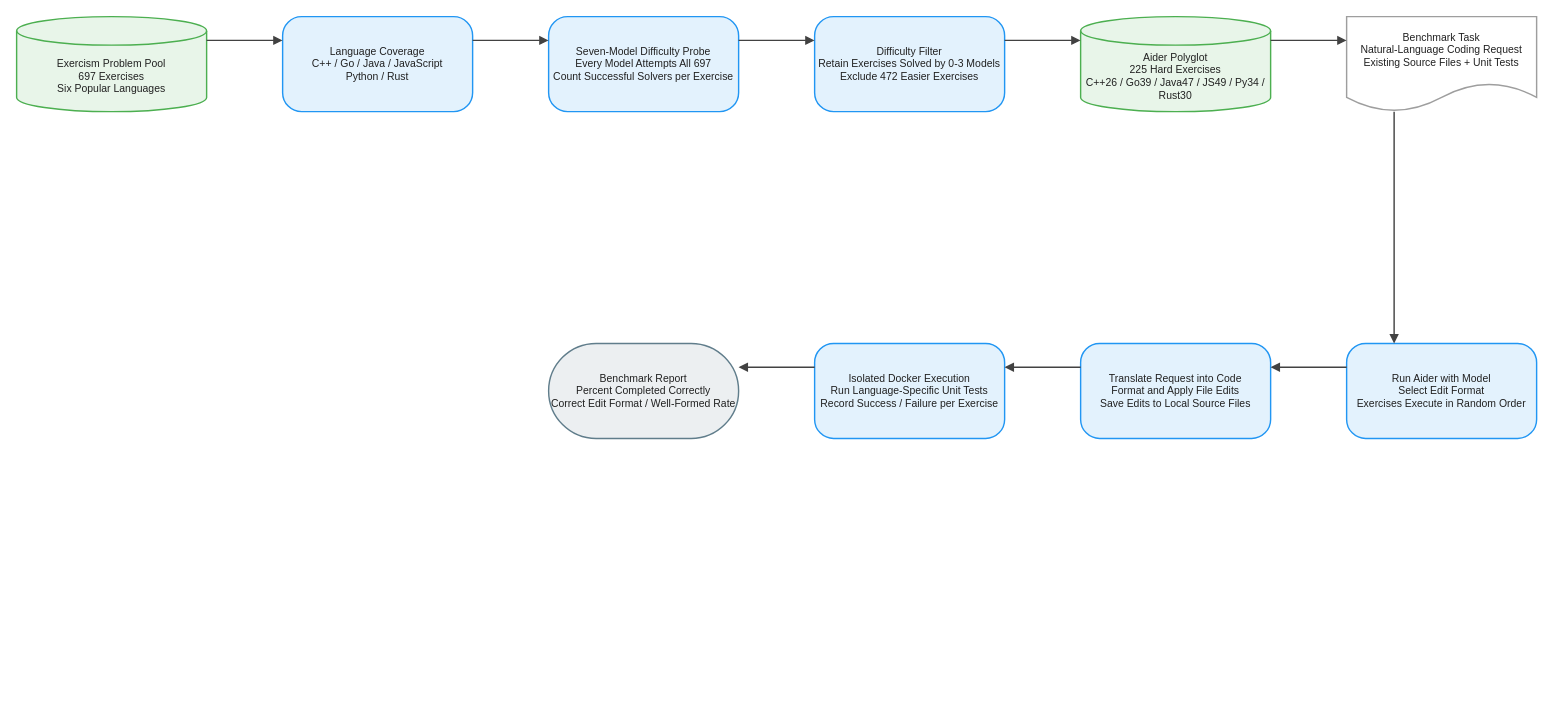
Before: client/public/drawio/Aider_Polyglot/Aider_Polyglot.en.drawio in joe1chief/benchmark-hub, a draw.io diagram. Source tidied: cells renumbered, new cells numbered last; positions are measured from the earlier drawing's top-left corner, leaving out a move shared by most shapes. Both pictures are drawn from the tidied source at 95%, with x=0, y=0 at pixel (16, 16).
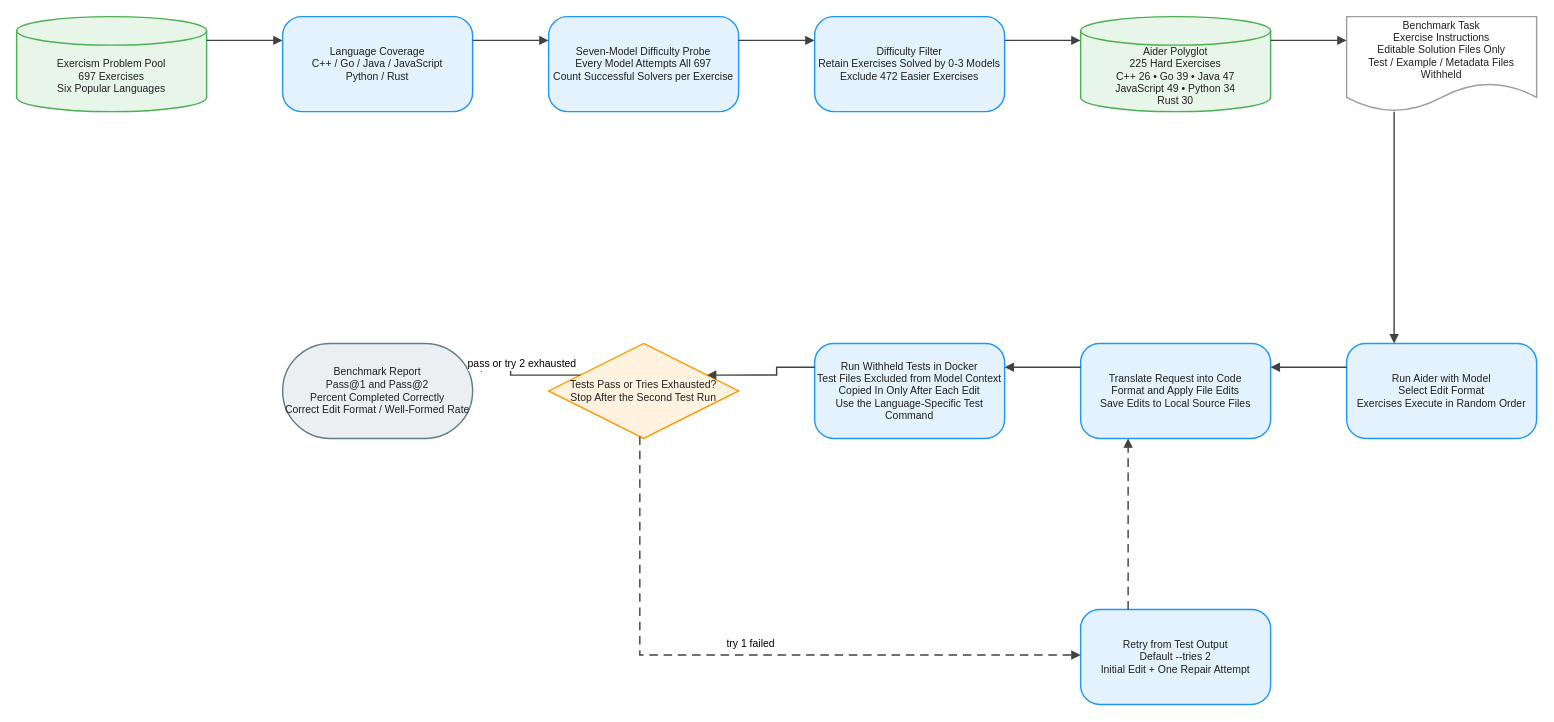
After the change.

Unchanged cells that the change refers to:
```xml
<mxCell id="2" value="Exercism Problem Pool&#10;697 Exercises&#10;Six Popular Languages" style="shape=cylinder3;boundedLbl=1;backgroundOutline=1;size=15;html=0;convertToSvg=1;whiteSpace=wrap;fillColor=#E8F5E9;strokeColor=#4CAF50;strokeWidth=1.5;fontColor=#212121;fontSize=11;fontFamily=Arial, Helvetica, sans-serif;verticalAlign=middle;align=center;" parent="1" vertex="1">
  <mxGeometry width="200" height="100" as="geometry" />
</mxCell>
<mxCell id="3" value="Language Coverage&#10;C++ / Go / Java / JavaScript&#10;Python / Rust" style="rounded=1;arcSize=20;html=0;convertToSvg=1;whiteSpace=wrap;fillColor=#E3F2FD;strokeColor=#2196F3;strokeWidth=1.5;fontColor=#212121;fontSize=11;fontFamily=Arial, Helvetica, sans-serif;verticalAlign=middle;align=center;" parent="1" vertex="1">
  <mxGeometry x="280" width="200" height="100" as="geometry" />
</mxCell>
<mxCell id="4" value="Seven-Model Difficulty Probe&#10;Every Model Attempts All 697&#10;Count Successful Solvers per Exercise" style="rounded=1;arcSize=20;html=0;convertToSvg=1;whiteSpace=wrap;fillColor=#E3F2FD;strokeColor=#2196F3;strokeWidth=1.5;fontColor=#212121;fontSize=11;fontFamily=Arial, Helvetica, sans-serif;verticalAlign=middle;align=center;" parent="1" vertex="1">
  <mxGeometry x="560" width="200" height="100" as="geometry" />
</mxCell>
<mxCell id="5" value="Difficulty Filter&#10;Retain Exercises Solved by 0-3 Models&#10;Exclude 472 Easier Exercises" style="rounded=1;arcSize=20;html=0;convertToSvg=1;whiteSpace=wrap;fillColor=#E3F2FD;strokeColor=#2196F3;strokeWidth=1.5;fontColor=#212121;fontSize=11;fontFamily=Arial, Helvetica, sans-serif;verticalAlign=middle;align=center;" parent="1" vertex="1">
  <mxGeometry x="840" width="200" height="100" as="geometry" />
</mxCell>
<mxCell id="8" value="Run Aider with Model&#10;Select Edit Format&#10;Exercises Execute in Random Order" style="rounded=1;arcSize=20;html=0;convertToSvg=1;whiteSpace=wrap;fillColor=#E3F2FD;strokeColor=#2196F3;strokeWidth=1.5;fontColor=#212121;fontSize=11;fontFamily=Arial, Helvetica, sans-serif;verticalAlign=middle;align=center;" parent="1" vertex="1">
  <mxGeometry x="1400" y="344" width="200" height="100" as="geometry" />
</mxCell>
<mxCell id="9" value="Translate Request into Code&#10;Format and Apply File Edits&#10;Save Edits to Local Source Files" style="rounded=1;arcSize=20;html=0;convertToSvg=1;whiteSpace=wrap;fillColor=#E3F2FD;strokeColor=#2196F3;strokeWidth=1.5;fontColor=#212121;fontSize=11;fontFamily=Arial, Helvetica, sans-serif;verticalAlign=middle;align=center;" parent="1" vertex="1">
  <mxGeometry x="1120" y="344" width="200" height="100" as="geometry" />
</mxCell>
```

Diff of the diagram source:
```diff
@@
-    <mxCell id="6" value="Aider Polyglot&#10;225 Hard Exercises&#10;C++26 / Go39 / Java47 / JS49 / Py34 / Rust30" style="shape=cylinder3;boundedLbl=1;backgroundOutline=1;size=15;html=0;convertToSvg=1;whiteSpace=wrap;fillColor=#E8F5E9;strokeColor=#4CAF50;strokeWidth=1.5;fontColor=#212121;fontSize=11;fontFamily=Arial, Helvetica, sans-serif;verticalAlign=middle;align=center;" parent="1" vertex="1">
+    <mxCell id="6" value="Aider Polyglot&#10;225 Hard Exercises&#10;C++ 26 • Go 39 • Java 47&#10;JavaScript 49 • Python 34&#10;Rust 30" style="shape=cylinder3;boundedLbl=1;backgroundOutline=1;size=15;html=0;convertToSvg=1;whiteSpace=wrap;fillColor=#E8F5E9;strokeColor=#4CAF50;strokeWidth=1.5;fontColor=#212121;fontSize=11;fontFamily=Arial, Helvetica, sans-serif;verticalAlign=middle;align=center;" parent="1" vertex="1">
       <mxGeometry x="1120" width="200" height="100" as="geometry" />
     </mxCell>
-    <mxCell id="7" value="Benchmark Task&#10;Natural-Language Coding Request&#10;Existing Source Files + Unit Tests" style="shape=document;boundedLbl=1;html=0;convertToSvg=1;whiteSpace=wrap;fillColor=#FFFFFF;strokeColor=#9E9E9E;strokeWidth=1.5;fontColor=#212121;fontSize=11;fontFamily=Arial, Helvetica, sans-serif;verticalAlign=middle;align=center;" parent="1" vertex="1">
+    <mxCell id="7" value="Benchmark Task&#10;Exercise Instructions&#10;Editable Solution Files Only&#10;Test / Example / Metadata Files Withheld" style="shape=document;boundedLbl=1;html=0;convertToSvg=1;whiteSpace=wrap;fillColor=#FFFFFF;strokeColor=#9E9E9E;strokeWidth=1.5;fontColor=#212121;fontSize=11;fontFamily=Arial, Helvetica, sans-serif;verticalAlign=middle;align=center;" parent="1" vertex="1">
       <mxGeometry x="1400" width="200" height="100" as="geometry" />
     </mxCell>
@@
-    <mxCell id="10" value="Isolated Docker Execution&#10;Run Language-Specific Unit Tests&#10;Record Success / Failure per Exercise" style="rounded=1;arcSize=20;html=0;convertToSvg=1;whiteSpace=wrap;fillColor=#E3F2FD;strokeColor=#2196F3;strokeWidth=1.5;fontColor=#212121;fontSize=11;fontFamily=Arial, Helvetica, sans-serif;verticalAlign=middle;align=center;" parent="1" vertex="1">
+    <mxCell id="10" value="Run Withheld Tests in Docker&#10;Test Files Excluded from Model Context&#10;Copied In Only After Each Edit&#10;Use the Language-Specific Test Command" style="rounded=1;arcSize=20;html=0;convertToSvg=1;whiteSpace=wrap;fillColor=#E3F2FD;strokeColor=#2196F3;strokeWidth=1.5;fontColor=#212121;fontSize=11;fontFamily=Arial, Helvetica, sans-serif;verticalAlign=middle;align=center;" parent="1" vertex="1">
       <mxGeometry x="840" y="344" width="200" height="100" as="geometry" />
     </mxCell>
-    <mxCell id="11" value="Benchmark Report&#10;Percent Completed Correctly&#10;Correct Edit Format / Well-Formed Rate" style="rounded=1;arcSize=50;html=0;convertToSvg=1;whiteSpace=wrap;fillColor=#ECEFF1;strokeColor=#607D8B;strokeWidth=1.5;fontColor=#212121;fontSize=11;fontFamily=Arial, Helvetica, sans-serif;verticalAlign=middle;align=center;" parent="1" vertex="1">
+    <mxCell id="11" value="Tests Pass or Tries Exhausted?&#10;Stop After the Second Test Run" style="rhombus;html=0;convertToSvg=1;whiteSpace=wrap;fillColor=#FFF3E0;strokeColor=#FF9800;strokeWidth=1.5;fontColor=#212121;fontSize=11;fontFamily=Arial, Helvetica, sans-serif;verticalAlign=middle;align=center;" parent="1" vertex="1">
       <mxGeometry x="560" y="344" width="200" height="100" as="geometry" />
     </mxCell>
-    <mxCell id="12" style="edgeStyle=orthogonalEdgeStyle;rounded=0;jettySize=auto;html=0;convertToSvg=1;strokeColor=#424242;strokeWidth=1.5;endArrow=block;endFill=1;exitX=1;exitY=0.25;exitDx=0;exitDy=0;entryX=0;entryY=0.25;entryDx=0;entryDy=0;jumpStyle=arc;jumpSize=8;" parent="1" edge="1" source="2" target="3">
-      <mxGeometry relative="1" as="geometry" />
+    <mxCell id="12" value="Retry from Test Output&#10;Default --tries 2&#10;Initial Edit + One Repair Attempt" style="rounded=1;arcSize=20;html=0;convertToSvg=1;whiteSpace=wrap;fillColor=#E3F2FD;strokeColor=#2196F3;strokeWidth=1.5;fontColor=#212121;fontSize=11;fontFamily=Arial, Helvetica, sans-serif;verticalAlign=middle;align=center;" parent="1" vertex="1">
+      <mxGeometry x="1120" y="624" width="200" height="100" as="geometry" />
     </mxCell>
-    <mxCell id="13" style="edgeStyle=orthogonalEdgeStyle;rounded=0;jettySize=auto;html=0;convertToSvg=1;strokeColor=#424242;strokeWidth=1.5;endArrow=block;endFill=1;exitX=1;exitY=0.25;exitDx=0;exitDy=0;entryX=0;entryY=0.25;entryDx=0;entryDy=0;jumpStyle=arc;jumpSize=8;" parent="1" edge="1" source="3" target="4">
-      <mxGeometry relative="1" as="geometry" />
+    <mxCell id="13" value="Benchmark Report&#10;Pass@1 and Pass@2&#10;Percent Completed Correctly&#10;Correct Edit Format / Well-Formed Rate" style="rounded=1;arcSize=50;html=0;convertToSvg=1;whiteSpace=wrap;fillColor=#ECEFF1;strokeColor=#607D8B;strokeWidth=1.5;fontColor=#212121;fontSize=11;fontFamily=Arial, Helvetica, sans-serif;verticalAlign=middle;align=center;" parent="1" vertex="1">
+      <mxGeometry x="280" y="344" width="200" height="100" as="geometry" />
     </mxCell>
-    <mxCell id="14" style="edgeStyle=orthogonalEdgeStyle;rounded=0;jettySize=auto;html=0;convertToSvg=1;strokeColor=#424242;strokeWidth=1.5;endArrow=block;endFill=1;exitX=1;exitY=0.25;exitDx=0;exitDy=0;entryX=0;entryY=0.25;entryDx=0;entryDy=0;jumpStyle=arc;jumpSize=8;" parent="1" edge="1" source="4" target="5">
+    <mxCell id="14" style="edgeStyle=orthogonalEdgeStyle;rounded=0;jettySize=auto;html=0;convertToSvg=1;strokeColor=#424242;strokeWidth=1.5;endArrow=block;endFill=1;exitX=1;exitY=0.25;exitDx=0;exitDy=0;entryX=0;entryY=0.25;entryDx=0;entryDy=0;jumpStyle=arc;jumpSize=8;" parent="1" edge="1" source="2" target="3">
       <mxGeometry relative="1" as="geometry" />
     </mxCell>
-    <mxCell id="15" style="edgeStyle=orthogonalEdgeStyle;rounded=0;jettySize=auto;html=0;convertToSvg=1;strokeColor=#424242;strokeWidth=1.5;endArrow=block;endFill=1;exitX=1;exitY=0.25;exitDx=0;exitDy=0;entryX=0;entryY=0.25;entryDx=0;entryDy=0;jumpStyle=arc;jumpSize=8;" parent="1" edge="1" source="5" target="6">
+    <mxCell id="15" style="edgeStyle=orthogonalEdgeStyle;rounded=0;jettySize=auto;html=0;convertToSvg=1;strokeColor=#424242;strokeWidth=1.5;endArrow=block;endFill=1;exitX=1;exitY=0.25;exitDx=0;exitDy=0;entryX=0;entryY=0.25;entryDx=0;entryDy=0;jumpStyle=arc;jumpSize=8;" parent="1" edge="1" source="3" target="4">
       <mxGeometry relative="1" as="geometry" />
     </mxCell>
-    <mxCell id="16" style="edgeStyle=orthogonalEdgeStyle;rounded=0;jettySize=auto;html=0;convertToSvg=1;strokeColor=#424242;strokeWidth=1.5;endArrow=block;endFill=1;exitX=1;exitY=0.25;exitDx=0;exitDy=0;entryX=0;entryY=0.25;entryDx=0;entryDy=0;jumpStyle=arc;jumpSize=8;" parent="1" edge="1" source="6" target="7">
+    <mxCell id="16" style="edgeStyle=orthogonalEdgeStyle;rounded=0;jettySize=auto;html=0;convertToSvg=1;strokeColor=#424242;strokeWidth=1.5;endArrow=block;endFill=1;exitX=1;exitY=0.25;exitDx=0;exitDy=0;entryX=0;entryY=0.25;entryDx=0;entryDy=0;jumpStyle=arc;jumpSize=8;" parent="1" edge="1" source="4" target="5">
       <mxGeometry relative="1" as="geometry" />
     </mxCell>
-    <mxCell id="17" style="edgeStyle=orthogonalEdgeStyle;rounded=0;jettySize=auto;html=0;convertToSvg=1;strokeColor=#424242;strokeWidth=1.5;endArrow=block;endFill=1;exitX=0.25;exitY=1;exitDx=0;exitDy=0;entryX=0.25;entryY=0;entryDx=0;entryDy=0;jumpStyle=arc;jumpSize=8;" parent="1" edge="1" source="7" target="8">
+    <mxCell id="17" style="edgeStyle=orthogonalEdgeStyle;rounded=0;jettySize=auto;html=0;convertToSvg=1;strokeColor=#424242;strokeWidth=1.5;endArrow=block;endFill=1;exitX=1;exitY=0.25;exitDx=0;exitDy=0;entryX=0;entryY=0.25;entryDx=0;entryDy=0;jumpStyle=arc;jumpSize=8;" parent="1" edge="1" source="5" target="6">
       <mxGeometry relative="1" as="geometry" />
     </mxCell>
-    <mxCell id="18" style="edgeStyle=orthogonalEdgeStyle;rounded=0;jettySize=auto;html=0;convertToSvg=1;strokeColor=#424242;strokeWidth=1.5;endArrow=block;endFill=1;exitX=0;exitY=0.25;exitDx=0;exitDy=0;entryX=1;entryY=0.25;entryDx=0;entryDy=0;jumpStyle=arc;jumpSize=8;" parent="1" edge="1" source="8" target="9">
+    <mxCell id="18" style="edgeStyle=orthogonalEdgeStyle;rounded=0;jettySize=auto;html=0;convertToSvg=1;strokeColor=#424242;strokeWidth=1.5;endArrow=block;endFill=1;exitX=1;exitY=0.25;exitDx=0;exitDy=0;entryX=0;entryY=0.25;entryDx=0;entryDy=0;jumpStyle=arc;jumpSize=8;" parent="1" edge="1" source="6" target="7">
       <mxGeometry relative="1" as="geometry" />
     </mxCell>
-    <mxCell id="19" style="edgeStyle=orthogonalEdgeStyle;rounded=0;jettySize=auto;html=0;convertToSvg=1;strokeColor=#424242;strokeWidth=1.5;endArrow=block;endFill=1;exitX=0;exitY=0.25;exitDx=0;exitDy=0;entryX=1;entryY=0.25;entryDx=0;entryDy=0;jumpStyle=arc;jumpSize=8;" parent="1" edge="1" source="9" target="10">
+    <mxCell id="19" style="edgeStyle=orthogonalEdgeStyle;rounded=0;jettySize=auto;html=0;convertToSvg=1;strokeColor=#424242;strokeWidth=1.5;endArrow=block;endFill=1;exitX=0.25;exitY=1;exitDx=0;exitDy=0;entryX=0.25;entryY=0;entryDx=0;entryDy=0;jumpStyle=arc;jumpSize=8;" parent="1" edge="1" source="7" target="8">
       <mxGeometry relative="1" as="geometry" />
     </mxCell>
-    <mxCell id="20" style="edgeStyle=orthogonalEdgeStyle;rounded=0;jettySize=auto;html=0;convertToSvg=1;strokeColor=#424242;strokeWidth=1.5;endArrow=block;endFill=1;exitX=0;exitY=0.25;exitDx=0;exitDy=0;entryX=1;entryY=0.25;entryDx=0;entryDy=0;jumpStyle=arc;jumpSize=8;" parent="1" edge="1" source="10" target="11">
+    <mxCell id="20" style="edgeStyle=orthogonalEdgeStyle;rounded=0;jettySize=auto;html=0;convertToSvg=1;strokeColor=#424242;strokeWidth=1.5;endArrow=block;endFill=1;exitX=0;exitY=0.25;exitDx=0;exitDy=0;entryX=1;entryY=0.25;entryDx=0;entryDy=0;jumpStyle=arc;jumpSize=8;" parent="1" edge="1" source="8" target="9">
       <mxGeometry relative="1" as="geometry" />
     </mxCell>
+    <mxCell id="21" style="edgeStyle=orthogonalEdgeStyle;rounded=0;jettySize=auto;html=0;convertToSvg=1;strokeColor=#424242;strokeWidth=1.5;endArrow=block;endFill=1;exitX=0;exitY=0.25;exitDx=0;exitDy=0;entryX=1;entryY=0.25;entryDx=0;entryDy=0;jumpStyle=arc;jumpSize=8;" parent="1" edge="1" source="9" target="10">
+      <mxGeometry relative="1" as="geometry" />
+    </mxCell>
+    <mxCell id="22" style="edgeStyle=orthogonalEdgeStyle;rounded=0;jettySize=auto;html=0;convertToSvg=1;strokeColor=#424242;strokeWidth=1.5;endArrow=block;endFill=1;exitX=0;exitY=0.25;exitDx=0;exitDy=0;entryX=1;entryY=0.25;entryDx=0;entryDy=0;jumpStyle=arc;jumpSize=8;" parent="1" edge="1" source="10" target="11">
+      <mxGeometry relative="1" as="geometry" />
+    </mxCell>
+    <mxCell id="23" value="pass or try 2 exhausted" style="edgeStyle=orthogonalEdgeStyle;rounded=0;jettySize=auto;html=0;convertToSvg=1;strokeColor=#424242;strokeWidth=1.5;endArrow=block;endFill=1;exitX=0;exitY=0.25;exitDx=0;exitDy=0;entryX=1;entryY=0.25;entryDx=0;entryDy=0;jumpStyle=arc;jumpSize=8;" parent="1" edge="1" source="11" target="13">
+      <mxGeometry relative="1" as="geometry">
+        <mxPoint y="-12" as="offset" />
+      </mxGeometry>
+    </mxCell>
+    <mxCell id="24" value="try 1 failed" style="edgeStyle=orthogonalEdgeStyle;rounded=0;jettySize=auto;html=0;convertToSvg=1;strokeColor=#424242;strokeWidth=1.5;endArrow=block;endFill=1;dashed=1;dashPattern=6 4;jumpStyle=arc;jumpSize=8;" parent="1" edge="1" source="11" target="12">
+      <mxGeometry relative="1" as="geometry">
+        <Array as="points">
+          <mxPoint x="656" y="672" />
+        </Array>
+        <mxPoint y="-12" as="offset" />
+      </mxGeometry>
+    </mxCell>
+    <mxCell id="25" style="edgeStyle=orthogonalEdgeStyle;rounded=0;jettySize=auto;html=0;convertToSvg=1;strokeColor=#424242;strokeWidth=1.5;endArrow=block;endFill=1;exitX=0.25;exitY=0;exitDx=0;exitDy=0;entryX=0.25;entryY=1;entryDx=0;entryDy=0;dashed=1;dashPattern=6 4;jumpStyle=arc;jumpSize=8;" parent="1" edge="1" source="12" target="9">
+      <mxGeometry relative="1" as="geometry" />
+    </mxCell>
```
